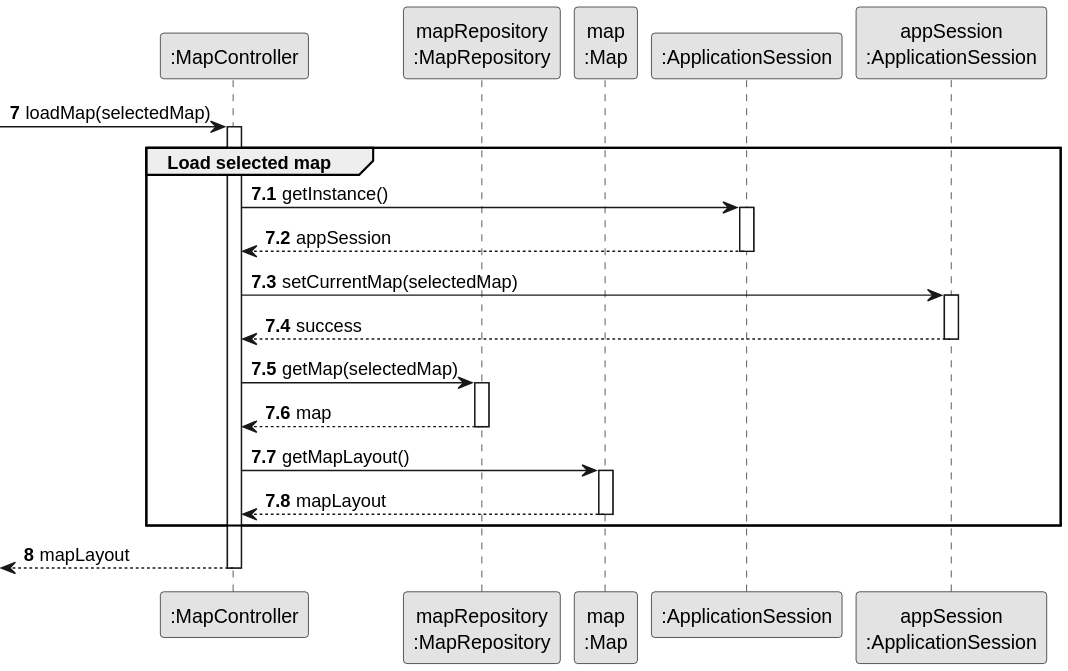
The PlantUML diagram docs/system-documentation/Sprint 2/US07/03.design/svg/US07-SD-load-map.svg in HenriqueSilva18/Railway-Network-Simulator, before a commit.
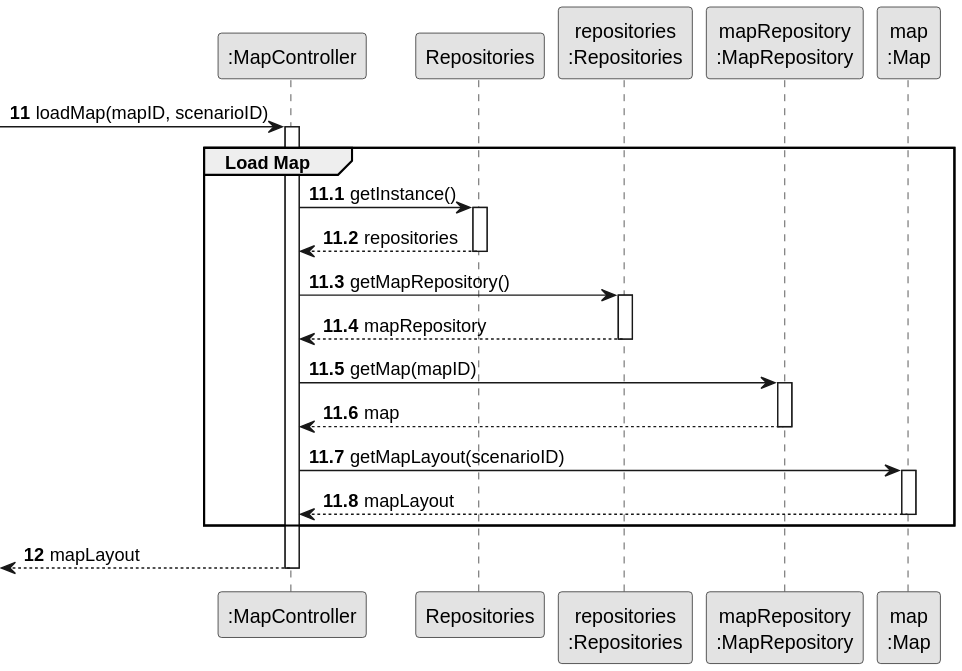
After the change.

Change to the diagram source:
```diff
@@ -3,43 +3,40 @@
 skinparam packageStyle rectangle
 skinparam shadowing false
 
-autonumber 7
+participant ":MapController" as CTRL
+participant "Repositories" as REPOS
+participant "repositories\n:Repositories" as REPOS_SINGLETON
+participant "mapRepository\n:MapRepository" as MAP_REPO
+participant "map\n:Map" as MAP
 
-participant ":MapController" as CTRL
-participant "mapRepository\n:MapRepository" as REPOS_MAP
-participant "map\n:Map" as MAP
-participant ":ApplicationSession" as APP_SESSION
-participant "appSession\n:ApplicationSession" as APP_SESSION_SINGLETON
+autonumber 11
+-> CTRL: loadMap(mapID, scenarioID)
 
--> CTRL: loadMap(selectedMap)
+autonumber 11.1
 activate CTRL
-autonumber 7.1
-    group Load selected map
+    group Load Map
+        CTRL -> REPOS: getInstance()
+        activate REPOS
+            REPOS --> CTRL: repositories
+        deactivate REPOS
 
+        CTRL -> REPOS_SINGLETON: getMapRepository()
+        activate REPOS_SINGLETON
+            REPOS_SINGLETON --> CTRL: mapRepository
+        deactivate REPOS_SINGLETON
 
-        CTRL -> APP_SESSION: getInstance()
-        activate APP_SESSION
-            APP_SESSION --> CTRL:appSession
-        deactivate APP_SESSION
+        CTRL -> MAP_REPO: getMap(mapID)
+        activate MAP_REPO
+            MAP_REPO --> CTRL: map
+        deactivate MAP_REPO
 
-        CTRL -> APP_SESSION_SINGLETON: setCurrentMap(selectedMap)
-        activate APP_SESSION_SINGLETON
-            APP_SESSION_SINGLETON --> CTRL: success
-        deactivate APP_SESSION_SINGLETON
-
-
-        CTRL -> REPOS_MAP: getMap(selectedMap)
-        activate REPOS_MAP
-            REPOS_MAP --> CTRL: map
-        deactivate REPOS_MAP
-
-        CTRL -> MAP: getMapLayout()
+        CTRL -> MAP: getMapLayout(scenarioID)
         activate MAP
             MAP --> CTRL: mapLayout
         deactivate MAP
+    end
 
-    end
-    autonumber 8
-    <-- CTRL : mapLayout
+autonumber 12
+    <-- CTRL: mapLayout
 deactivate CTRL
 @enduml
```
